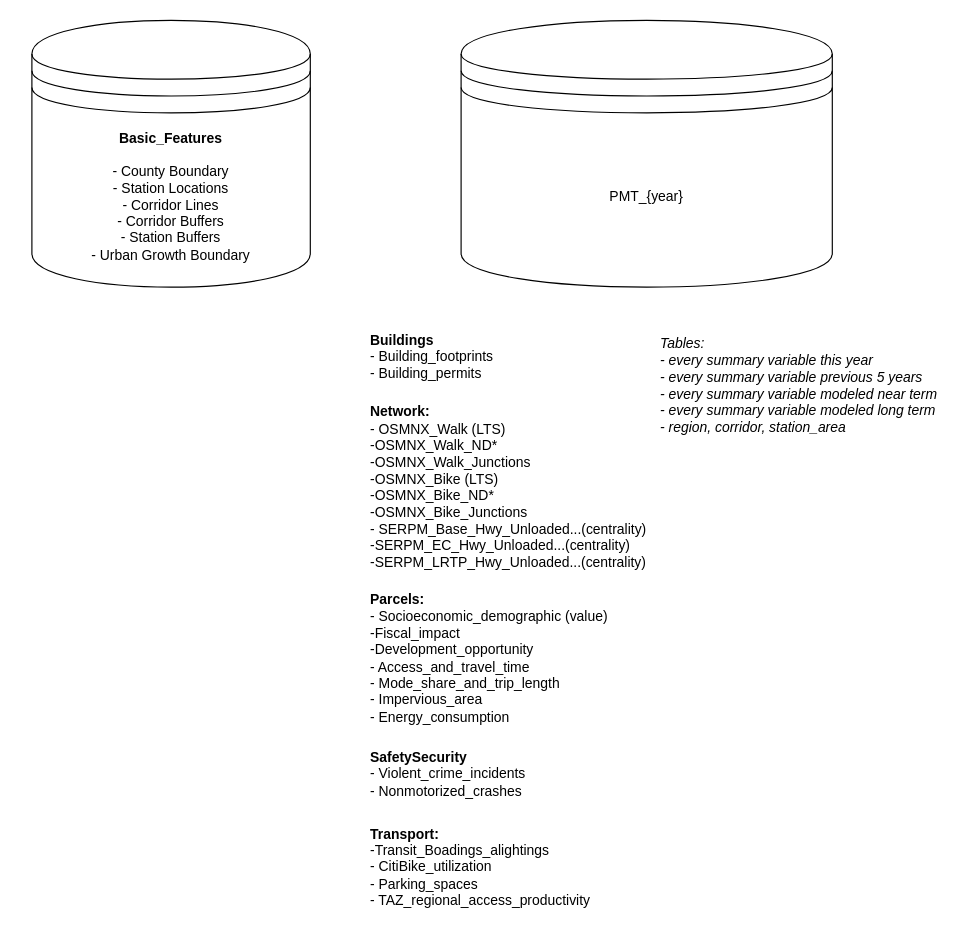
Before: page "GDBContents" (2 of 2) of Untitled Diagram.drawio in renaissanceplanning/Miami-TOD-PMT, a draw.io diagram. Source tidied: cells renumbered, new cells numbered last; positions are measured from the earlier drawing's top-left corner, leaving out a move shared by most shapes. Both pictures are drawn from the tidied source at 116%, with x=0, y=0 at pixel (31, 20).
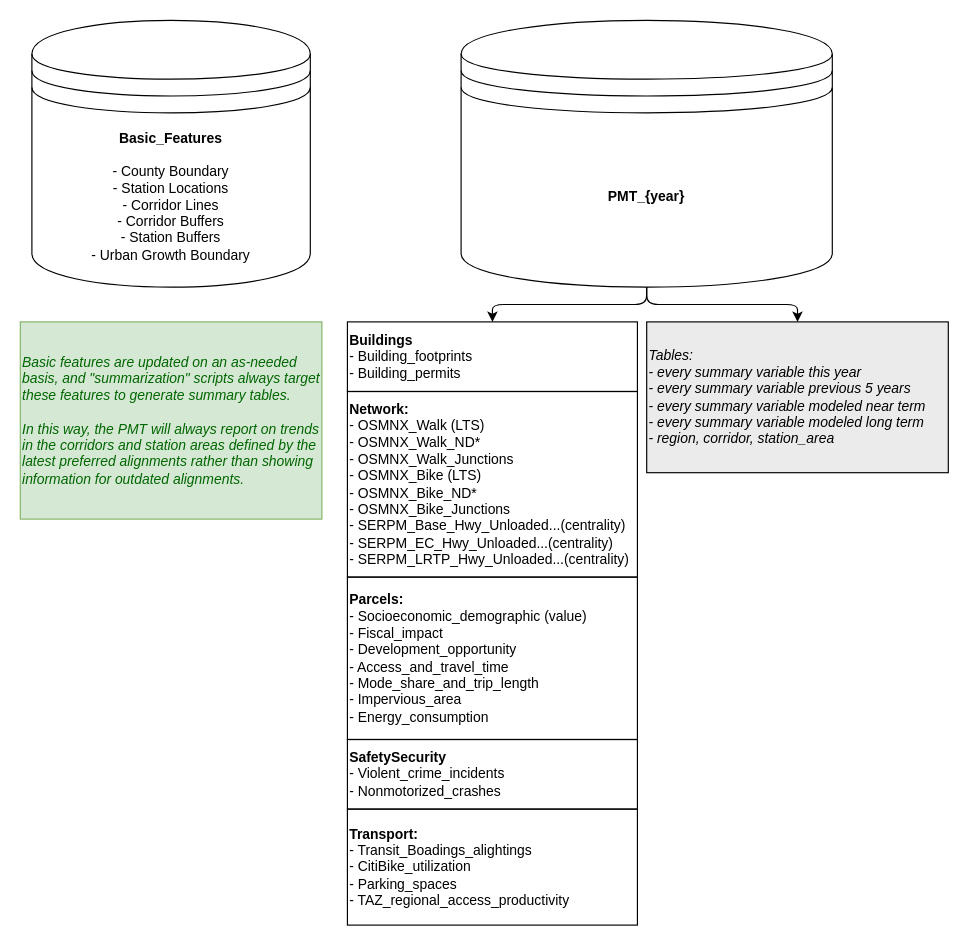
The same page after the edit.

The edit, as a diff of the source:
```diff
@@
 <mxGraphModel>
   <root>
     <mxCell id="0" />
     <mxCell id="1" parent="0" />
-    <mxCell id="2" value="PMT_{year}" style="shape=datastore;whiteSpace=wrap;html=1;" parent="1" vertex="1">
+    <mxCell id="2" value="&lt;b&gt;PMT_{year}&lt;/b&gt;" style="shape=datastore;whiteSpace=wrap;html=1;" parent="1" vertex="1">
       <mxGeometry x="370" width="320" height="230" as="geometry" />
     </mxCell>
-    <mxCell id="3" value="&lt;div&gt;&lt;b&gt;Parcels:&lt;/b&gt;&lt;/div&gt;&lt;div&gt;- Socioeconomic_demographic (value)&lt;br&gt;&lt;/div&gt;&lt;div&gt;-Fiscal_impact&lt;/div&gt;&lt;div&gt;-Development_opportunity&lt;/div&gt;&lt;div&gt;- Access_and_travel_time&lt;/div&gt;&lt;div&gt;- Mode_share_and_trip_length&lt;/div&gt;&lt;div&gt;- Impervious_area&lt;br&gt;&lt;/div&gt;&lt;div&gt;- Energy_consumption&lt;/div&gt;" style="text;html=1;strokeColor=none;fillColor=none;align=left;verticalAlign=middle;whiteSpace=wrap;rounded=0;" parent="1" vertex="1">
-      <mxGeometry x="290" y="480" width="250" height="140" as="geometry" />
+    <mxCell id="3" value="&lt;div&gt;&lt;b&gt;Parcels:&lt;/b&gt;&lt;/div&gt;&lt;div&gt;- Socioeconomic_demographic (value)&lt;br&gt;&lt;/div&gt;&lt;div&gt;- Fiscal_impact&lt;/div&gt;&lt;div&gt;- Development_opportunity&lt;/div&gt;&lt;div&gt;- Access_and_travel_time&lt;/div&gt;&lt;div&gt;- Mode_share_and_trip_length&lt;/div&gt;&lt;div&gt;- Impervious_area&lt;br&gt;&lt;/div&gt;&lt;div&gt;- Energy_consumption&lt;/div&gt;" style="text;html=1;align=left;verticalAlign=middle;whiteSpace=wrap;rounded=0;strokeColor=#000000;" parent="1" vertex="1">
+      <mxGeometry x="272" y="480" width="250" height="140" as="geometry" />
     </mxCell>
     <mxCell id="4" value="&lt;div&gt;&lt;b&gt;Basic_Features&lt;/b&gt;&lt;/div&gt;&lt;div&gt;&lt;br&gt;&lt;div&gt;- County Boundary&lt;/div&gt;&lt;div&gt;- Station Locations&lt;/div&gt;&lt;div&gt;- Corridor Lines&lt;/div&gt;&lt;div&gt;- Corridor Buffers&lt;/div&gt;&lt;div&gt;- Station Buffers&lt;/div&gt;- Urban Growth Boundary&lt;/div&gt;" style="shape=datastore;whiteSpace=wrap;html=1;" parent="1" vertex="1">
       <mxGeometry width="240" height="230" as="geometry" />
     </mxCell>
-    <mxCell id="5" value="&lt;div&gt;&lt;b&gt;Network:&lt;/b&gt;&lt;/div&gt;&lt;div&gt;- OSMNX_Walk (LTS)&lt;br&gt;&lt;/div&gt;&lt;div&gt;-OSMNX_Walk_ND*&lt;/div&gt;&lt;div&gt;-OSMNX_Walk_Junctions&lt;br&gt;&lt;/div&gt;&lt;div&gt;-OSMNX_Bike (LTS)&lt;br&gt;&lt;/div&gt;&lt;div&gt;-OSMNX_Bike_ND*&lt;/div&gt;&lt;div&gt;-OSMNX_Bike_Junctions&lt;/div&gt;&lt;div&gt;- SERPM_Base_Hwy_Unloaded...(centrality)&lt;/div&gt;&lt;div&gt;-SERPM_EC_Hwy_Unloaded...(centrality)&lt;/div&gt;&lt;div&gt;-SERPM_LRTP_Hwy_Unloaded...(centrality)&lt;/div&gt;&lt;div&gt;&lt;br&gt;&lt;/div&gt;" style="text;html=1;strokeColor=none;fillColor=none;align=left;verticalAlign=middle;whiteSpace=wrap;rounded=0;" parent="1" vertex="1">
-      <mxGeometry x="290" y="310" width="250" height="200" as="geometry" />
+    <mxCell id="5" value="&lt;div&gt;&lt;b&gt;Network:&lt;/b&gt;&lt;/div&gt;&lt;div&gt;- OSMNX_Walk (LTS)&lt;br&gt;&lt;/div&gt;&lt;div&gt;- OSMNX_Walk_ND*&lt;/div&gt;&lt;div&gt;- OSMNX_Walk_Junctions&lt;br&gt;&lt;/div&gt;&lt;div&gt;- OSMNX_Bike (LTS)&lt;br&gt;&lt;/div&gt;&lt;div&gt;- OSMNX_Bike_ND*&lt;/div&gt;&lt;div&gt;- OSMNX_Bike_Junctions&lt;/div&gt;&lt;div&gt;- SERPM_Base_Hwy_Unloaded...(centrality)&lt;/div&gt;&lt;div&gt;- SERPM_EC_Hwy_Unloaded...(centrality)&lt;/div&gt;&lt;div&gt;- SERPM_LRTP_Hwy_Unloaded...(centrality)&lt;/div&gt;" style="text;html=1;align=left;verticalAlign=middle;whiteSpace=wrap;rounded=0;strokeColor=#000000;" parent="1" vertex="1">
+      <mxGeometry x="272" y="320" width="250" height="160" as="geometry" />
     </mxCell>
-    <mxCell id="6" value="&lt;div&gt;&lt;b&gt;Transport:&lt;/b&gt;&lt;/div&gt;&lt;div&gt;-Transit_Boadings_alightings&lt;/div&gt;&lt;div&gt;- CitiBike_utilization&lt;/div&gt;&lt;div&gt;- Parking_spaces&lt;/div&gt;&lt;div&gt;- TAZ_regional_access_productivity&lt;/div&gt;" style="text;html=1;strokeColor=none;fillColor=none;align=left;verticalAlign=middle;whiteSpace=wrap;rounded=0;" parent="1" vertex="1">
-      <mxGeometry x="290" y="680" width="250" height="100" as="geometry" />
+    <mxCell id="6" value="&lt;div&gt;&lt;b&gt;Transport:&lt;/b&gt;&lt;/div&gt;&lt;div&gt;- Transit_Boadings_alightings&lt;/div&gt;&lt;div&gt;- CitiBike_utilization&lt;/div&gt;&lt;div&gt;- Parking_spaces&lt;/div&gt;&lt;div&gt;- TAZ_regional_access_productivity&lt;/div&gt;" style="text;html=1;align=left;verticalAlign=middle;whiteSpace=wrap;rounded=0;strokeColor=#000000;" parent="1" vertex="1">
+      <mxGeometry x="272" y="680" width="250" height="100" as="geometry" />
     </mxCell>
-    <mxCell id="7" value="&lt;div&gt;&lt;b&gt;SafetySecurity&lt;/b&gt;&lt;/div&gt;&lt;div&gt;- Violent_crime_incidents&lt;/div&gt;&lt;div&gt;- Nonmotorized_crashes&lt;br&gt;&lt;/div&gt;" style="text;html=1;strokeColor=none;fillColor=none;align=left;verticalAlign=middle;whiteSpace=wrap;rounded=0;" parent="1" vertex="1">
-      <mxGeometry x="290" y="610" width="250" height="80" as="geometry" />
+    <mxCell id="7" value="&lt;div&gt;&lt;b&gt;SafetySecurity&lt;/b&gt;&lt;/div&gt;&lt;div&gt;- Violent_crime_incidents&lt;/div&gt;&lt;div&gt;- Nonmotorized_crashes&lt;br&gt;&lt;/div&gt;" style="text;html=1;align=left;verticalAlign=middle;whiteSpace=wrap;rounded=0;strokeColor=#000000;" parent="1" vertex="1">
+      <mxGeometry x="272" y="620" width="250" height="60" as="geometry" />
     </mxCell>
-    <mxCell id="8" value="&lt;div&gt;&lt;i&gt;Tables:&lt;/i&gt;&lt;/div&gt;&lt;div&gt;&lt;i&gt;- every summary variable this year&lt;br&gt;&lt;/i&gt;&lt;/div&gt;&lt;div&gt;&lt;i&gt;- every summary variable previous 5 years&lt;/i&gt;&lt;/div&gt;&lt;div&gt;&lt;i&gt;- every summary variable modeled near term&lt;/i&gt;&lt;/div&gt;&lt;div&gt;&lt;i&gt;- every summary variable modeled long term&lt;br&gt;&lt;/i&gt;&lt;/div&gt;&lt;div&gt;&lt;i&gt;- region, corridor, station_area&lt;br&gt;&lt;/i&gt;&lt;/div&gt;" style="text;html=1;strokeColor=none;fillColor=none;align=left;verticalAlign=middle;whiteSpace=wrap;rounded=0;" parent="1" vertex="1">
-      <mxGeometry x="540" y="250" width="260" height="130" as="geometry" />
+    <mxCell id="8" value="&lt;div&gt;&lt;i&gt;Tables:&lt;/i&gt;&lt;/div&gt;&lt;div&gt;&lt;i&gt;- every summary variable this year&lt;br&gt;&lt;/i&gt;&lt;/div&gt;&lt;div&gt;&lt;i&gt;- every summary variable previous 5 years&lt;/i&gt;&lt;/div&gt;&lt;div&gt;&lt;i&gt;- every summary variable modeled near term&lt;/i&gt;&lt;/div&gt;&lt;div&gt;&lt;i&gt;- every summary variable modeled long term&lt;br&gt;&lt;/i&gt;&lt;/div&gt;&lt;div&gt;&lt;i&gt;- region, corridor, station_area&lt;br&gt;&lt;/i&gt;&lt;/div&gt;" style="text;html=1;align=left;verticalAlign=middle;whiteSpace=wrap;rounded=0;strokeColor=#000000;fillColor=#EBEBEB;" parent="1" vertex="1">
+      <mxGeometry x="530" y="260" width="260" height="130" as="geometry" />
     </mxCell>
-    <mxCell id="9" value="&lt;div&gt;&lt;b&gt;Buildings&lt;/b&gt;&lt;/div&gt;&lt;div&gt;- Building_footprints&lt;/div&gt;&lt;div&gt;- Building_permits&lt;br&gt;&lt;/div&gt;" style="text;html=1;strokeColor=none;fillColor=none;align=left;verticalAlign=middle;whiteSpace=wrap;rounded=0;" parent="1" vertex="1">
-      <mxGeometry x="290" y="250" width="250" height="80" as="geometry" />
+    <mxCell id="9" value="&lt;div&gt;&lt;b&gt;Buildings&lt;/b&gt;&lt;/div&gt;&lt;div&gt;- Building_footprints&lt;/div&gt;&lt;div&gt;- Building_permits&lt;br&gt;&lt;/div&gt;" style="text;html=1;align=left;verticalAlign=middle;whiteSpace=wrap;rounded=0;strokeColor=#000000;" parent="1" vertex="1">
+      <mxGeometry x="272" y="260" width="250" height="60" as="geometry" />
     </mxCell>
+    <mxCell id="10" style="endArrow=classic;html=1;strokeWidth=1;fontColor=#000099;edgeStyle=orthogonalEdgeStyle;" parent="1" edge="1" source="2" target="9">
+      <mxGeometry relative="1" as="geometry" />
+    </mxCell>
+    <mxCell id="11" style="endArrow=classic;html=1;strokeWidth=1;fontColor=#000099;edgeStyle=orthogonalEdgeStyle;" parent="1" edge="1" source="2" target="8">
+      <mxGeometry relative="1" as="geometry" />
+    </mxCell>
+    <mxCell id="12" value="&lt;div&gt;&lt;font color=&quot;#006600&quot;&gt;&lt;i&gt;Basic features are updated on an as-needed basis, and &quot;summarization&quot; scripts always target these features to generate summary tables. &lt;br&gt;&lt;/i&gt;&lt;/font&gt;&lt;/div&gt;&lt;div&gt;&lt;font color=&quot;#006600&quot;&gt;&lt;i&gt;&lt;br&gt;&lt;/i&gt;&lt;/font&gt;&lt;/div&gt;&lt;div&gt;&lt;font color=&quot;#006600&quot;&gt;&lt;i&gt;In this way, the PMT will always report on trends in the corridors and station areas defined by the latest preferred alignments rather than showing information for outdated alignments. &lt;br&gt;&lt;/i&gt;&lt;/font&gt;&lt;/div&gt;" style="text;html=1;align=left;verticalAlign=middle;whiteSpace=wrap;rounded=0;strokeColor=#82b366;fillColor=#d5e8d4;" parent="1" vertex="1">
+      <mxGeometry x="-10" y="260" width="260" height="170" as="geometry" />
+    </mxCell>
   </root>
 </mxGraphModel>
```
